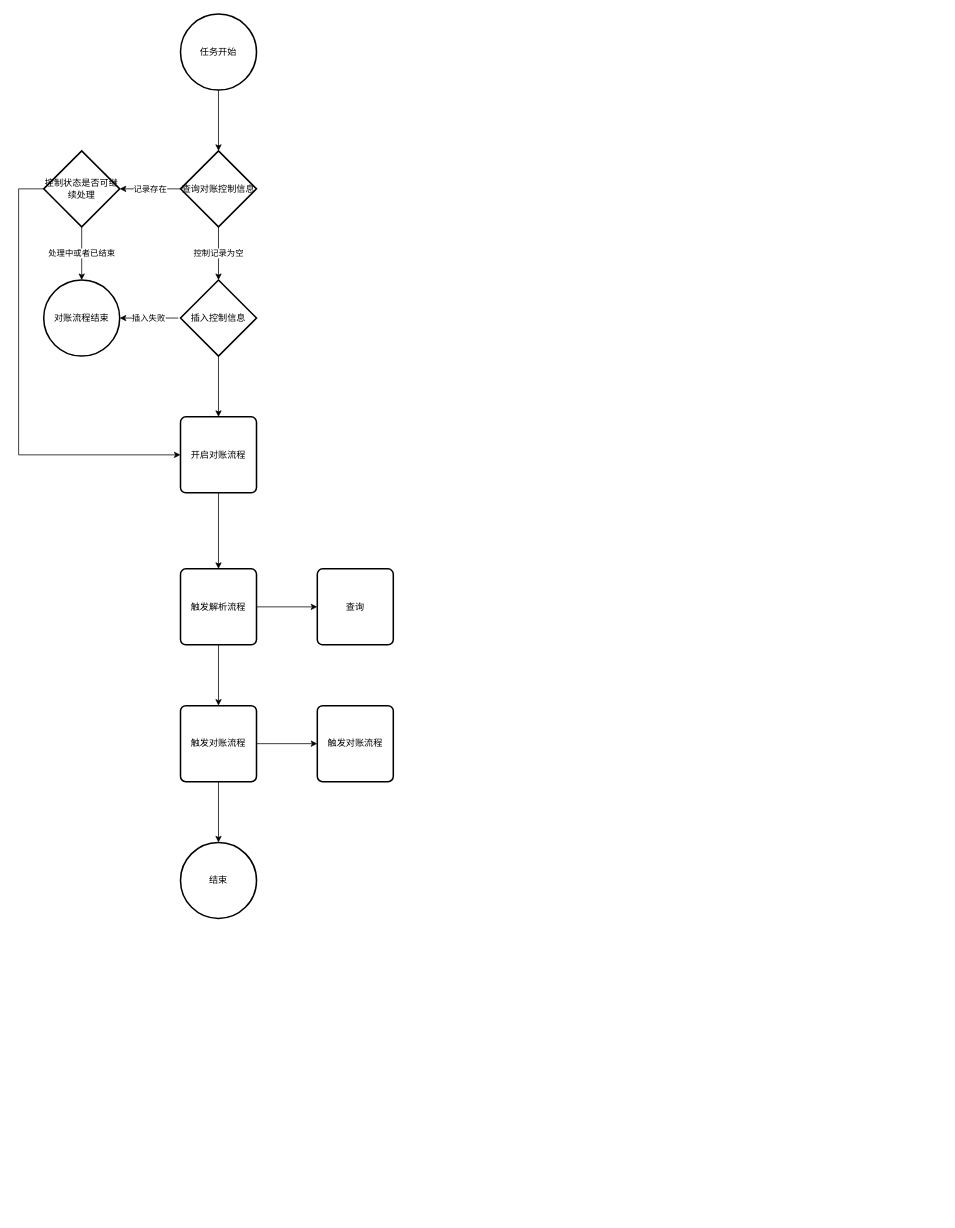
The draw.io diagram 金融科技/OTA分账流程.drawio in 294794668/draw, before the edit. Source tidied: cells renumbered, new cells numbered last; positions are measured from the earlier drawing's top-left corner, leaving out a move shared by most shapes. Both pictures are drawn from the tidied source at 76%, with x=0, y=0 at pixel (18, 14).
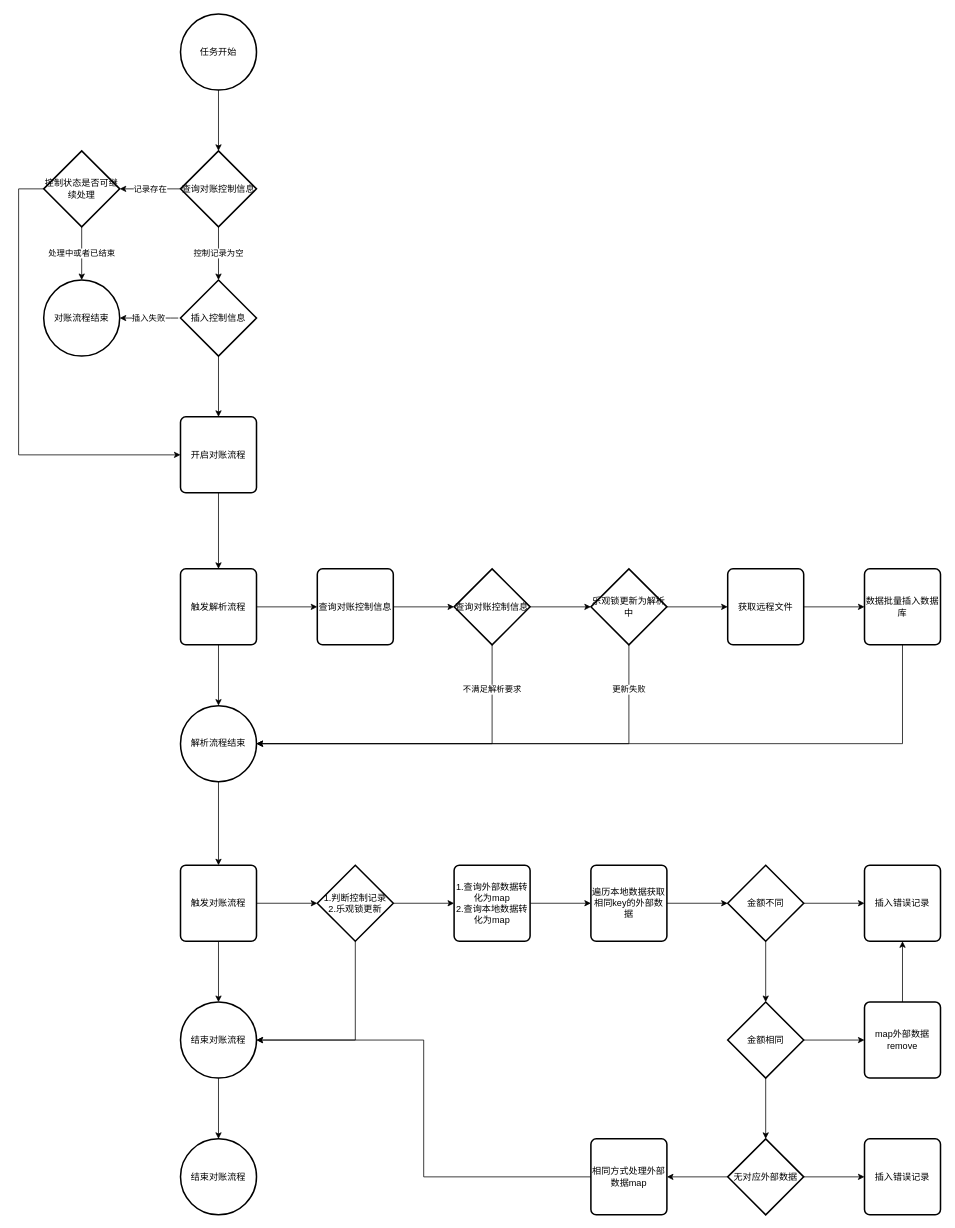
The same page after the edit.

Commit message:
更新OTA分账流程.drawio

Unchanged cells that the change refers to:
```xml
<mxCell id="15" value="触发解析流程" style="rounded=1;whiteSpace=wrap;html=1;absoluteArcSize=1;arcSize=14;strokeWidth=2;fontFamily=Helvetica;fontSize=12;fontColor=#000000;align=center;strokeColor=#000000;fillColor=#ffffff;" parent="1" vertex="1">
  <mxGeometry x="213" y="730" width="100" height="100" as="geometry" />
</mxCell>
```

What changed in the source:
```diff
@@
-    <mxCell id="13" style="edgeStyle=orthogonalEdgeStyle;rounded=0;jettySize=auto;html=1;" parent="1" edge="1" source="15" target="19">
-      <mxGeometry relative="1" as="geometry" />
-    </mxCell>
@@
+    <mxCell id="25" style="edgeStyle=orthogonalEdgeStyle;rounded=0;jettySize=auto;html=1;" parent="1" edge="1" source="15" target="27">
+      <mxGeometry relative="1" as="geometry" />
+    </mxCell>
@@
+    <mxCell id="26" style="edgeStyle=orthogonalEdgeStyle;rounded=0;jettySize=auto;html=1;" parent="1" edge="1" source="27" target="19">
+      <mxGeometry relative="1" as="geometry" />
+    </mxCell>
+    <mxCell id="27" value="解析流程结束" style="strokeWidth=2;html=1;shape=mxgraph.flowchart.start_2;whiteSpace=wrap;fontFamily=Helvetica;fontSize=12;fontColor=#000000;align=center;strokeColor=#000000;fillColor=#ffffff;" parent="1" vertex="1">
+      <mxGeometry x="213" y="910" width="100" height="100" as="geometry" />
+    </mxCell>
+    <mxCell id="28" style="edgeStyle=orthogonalEdgeStyle;rounded=0;jettySize=auto;html=1;" parent="1" edge="1" source="16" target="31">
+      <mxGeometry relative="1" as="geometry" />
+    </mxCell>
-    <mxCell id="16" value="查询" style="rounded=1;whiteSpace=wrap;html=1;absoluteArcSize=1;arcSize=14;strokeWidth=2;fontFamily=Helvetica;fontSize=12;fontColor=#000000;align=center;strokeColor=#000000;fillColor=#ffffff;" parent="1" vertex="1">
+    <mxCell id="16" value="查询对账控制信息" style="rounded=1;whiteSpace=wrap;html=1;absoluteArcSize=1;arcSize=14;strokeWidth=2;fontFamily=Helvetica;fontSize=12;fontColor=#000000;align=center;strokeColor=#000000;fillColor=#ffffff;" parent="1" vertex="1">
       <mxGeometry x="393" y="730" width="100" height="100" as="geometry" />
     </mxCell>
+    <mxCell id="29" value="不满足解析要求" style="edgeStyle=orthogonalEdgeStyle;rounded=0;jettySize=auto;html=1;" parent="1" edge="1" source="31" target="27">
+      <mxGeometry x="-0.73" relative="1" as="geometry">
+        <Array as="points">
+          <mxPoint x="623" y="960" />
+        </Array>
+      </mxGeometry>
+    </mxCell>
+    <mxCell id="30" style="edgeStyle=orthogonalEdgeStyle;rounded=0;jettySize=auto;html=1;" parent="1" edge="1" source="31" target="34">
+      <mxGeometry relative="1" as="geometry" />
+    </mxCell>
+    <mxCell id="31" value="查询对账控制信息" style="strokeWidth=2;html=1;shape=mxgraph.flowchart.decision;whiteSpace=wrap;fontFamily=Helvetica;fontSize=12;fontColor=#000000;align=center;strokeColor=#000000;fillColor=#ffffff;" parent="1" vertex="1">
+      <mxGeometry x="573" y="730" width="100" height="100" as="geometry" />
+    </mxCell>
+    <mxCell id="32" value="更新失败" style="edgeStyle=orthogonalEdgeStyle;rounded=0;jettySize=auto;html=1;entryX=1;entryY=0.5;entryDx=0;entryDy=0;entryPerimeter=0;" parent="1" edge="1" source="34" target="27">
+      <mxGeometry x="-0.81" relative="1" as="geometry">
+        <Array as="points">
+          <mxPoint x="803" y="960" />
+        </Array>
+      </mxGeometry>
+    </mxCell>
+    <mxCell id="33" style="edgeStyle=orthogonalEdgeStyle;rounded=0;jettySize=auto;html=1;" parent="1" edge="1" source="34" target="36">
+      <mxGeometry relative="1" as="geometry" />
+    </mxCell>
+    <mxCell id="34" value="乐观锁更新为解析中" style="strokeWidth=2;html=1;shape=mxgraph.flowchart.decision;whiteSpace=wrap;fontFamily=Helvetica;fontSize=12;fontColor=#000000;align=center;strokeColor=#000000;fillColor=#ffffff;" parent="1" vertex="1">
+      <mxGeometry x="753" y="730" width="100" height="100" as="geometry" />
+    </mxCell>
+    <mxCell id="35" style="edgeStyle=orthogonalEdgeStyle;rounded=0;jettySize=auto;html=1;" parent="1" edge="1" source="36" target="38">
+      <mxGeometry relative="1" as="geometry" />
+    </mxCell>
+    <mxCell id="36" value="获取远程文件" style="rounded=1;whiteSpace=wrap;html=1;absoluteArcSize=1;arcSize=14;strokeWidth=2;fontFamily=Helvetica;fontSize=12;fontColor=#000000;align=center;strokeColor=#000000;fillColor=#ffffff;" parent="1" vertex="1">
+      <mxGeometry x="933" y="730" width="100" height="100" as="geometry" />
+    </mxCell>
+    <mxCell id="37" style="edgeStyle=orthogonalEdgeStyle;rounded=0;jettySize=auto;html=1;entryX=1;entryY=0.5;entryDx=0;entryDy=0;entryPerimeter=0;" parent="1" edge="1" source="38" target="27">
+      <mxGeometry relative="1" as="geometry">
+        <Array as="points">
+          <mxPoint x="1163" y="960" />
+        </Array>
+      </mxGeometry>
+    </mxCell>
+    <mxCell id="38" value="数据批量插入数据库" style="rounded=1;whiteSpace=wrap;html=1;absoluteArcSize=1;arcSize=14;strokeWidth=2;fontFamily=Helvetica;fontSize=12;fontColor=#000000;align=center;strokeColor=#000000;fillColor=#ffffff;" parent="1" vertex="1">
+      <mxGeometry x="1113" y="730" width="100" height="100" as="geometry" />
+    </mxCell>
@@
     <mxCell id="19" value="触发对账流程" style="rounded=1;whiteSpace=wrap;html=1;absoluteArcSize=1;arcSize=14;strokeWidth=2;fontFamily=Helvetica;fontSize=12;fontColor=#000000;align=center;strokeColor=#000000;fillColor=#ffffff;" parent="1" vertex="1">
-      <mxGeometry x="213" y="910" width="100" height="100" as="geometry" />
+      <mxGeometry x="213" y="1120" width="100" height="100" as="geometry" />
     </mxCell>
+    <mxCell id="39" style="edgeStyle=orthogonalEdgeStyle;rounded=0;jettySize=auto;html=1;entryX=1;entryY=0.5;entryDx=0;entryDy=0;entryPerimeter=0;" parent="1" edge="1" source="20" target="21">
+      <mxGeometry relative="1" as="geometry">
+        <Array as="points">
+          <mxPoint x="443" y="1350" />
+        </Array>
+      </mxGeometry>
+    </mxCell>
+    <mxCell id="40" style="edgeStyle=orthogonalEdgeStyle;rounded=0;jettySize=auto;html=1;" parent="1" edge="1" source="20" target="42">
+      <mxGeometry relative="1" as="geometry" />
+    </mxCell>
-    <mxCell id="20" value="触发对账流程" style="rounded=1;whiteSpace=wrap;html=1;absoluteArcSize=1;arcSize=14;strokeWidth=2;fontFamily=Helvetica;fontSize=12;fontColor=#000000;align=center;strokeColor=#000000;fillColor=#ffffff;" parent="1" vertex="1">
-      <mxGeometry x="393" y="910" width="100" height="100" as="geometry" />
+    <mxCell id="20" value="1.判断控制记录&lt;div&gt;2.乐观锁更新&lt;br&gt;&lt;/div&gt;" style="strokeWidth=2;html=1;shape=mxgraph.flowchart.decision;whiteSpace=wrap;fontFamily=Helvetica;fontSize=12;fontColor=#000000;align=center;strokeColor=#000000;fillColor=#ffffff;" parent="1" vertex="1">
+      <mxGeometry x="393" y="1120" width="100" height="100" as="geometry" />
     </mxCell>
+    <mxCell id="41" style="edgeStyle=orthogonalEdgeStyle;rounded=0;jettySize=auto;html=1;" parent="1" edge="1" source="42" target="44">
+      <mxGeometry relative="1" as="geometry" />
+    </mxCell>
+    <mxCell id="42" value="&lt;div&gt;1.查询外部数据转化为map&lt;/div&gt;&lt;div&gt;2.查询本地数据转化为map&lt;br&gt;&lt;/div&gt;" style="rounded=1;whiteSpace=wrap;html=1;absoluteArcSize=1;arcSize=14;strokeWidth=2;fontFamily=Helvetica;fontSize=12;fontColor=#000000;align=center;strokeColor=#000000;fillColor=#ffffff;" parent="1" vertex="1">
+      <mxGeometry x="573" y="1120" width="100" height="100" as="geometry" />
+    </mxCell>
+    <mxCell id="43" style="edgeStyle=orthogonalEdgeStyle;rounded=0;jettySize=auto;html=1;" parent="1" edge="1" source="44" target="47">
+      <mxGeometry relative="1" as="geometry" />
+    </mxCell>
+    <mxCell id="44" value="&lt;div&gt;遍历本地数据获取相同key的外部数据&lt;/div&gt;" style="rounded=1;whiteSpace=wrap;html=1;absoluteArcSize=1;arcSize=14;strokeWidth=2;fontFamily=Helvetica;fontSize=12;fontColor=#000000;align=center;strokeColor=#000000;fillColor=#ffffff;" parent="1" vertex="1">
+      <mxGeometry x="753" y="1120" width="100" height="100" as="geometry" />
+    </mxCell>
+    <mxCell id="45" style="edgeStyle=orthogonalEdgeStyle;rounded=0;jettySize=auto;html=1;" parent="1" edge="1" source="47" target="51">
+      <mxGeometry relative="1" as="geometry" />
+    </mxCell>
+    <mxCell id="46" style="edgeStyle=orthogonalEdgeStyle;rounded=0;jettySize=auto;html=1;" parent="1" edge="1" source="47" target="48">
+      <mxGeometry relative="1" as="geometry" />
+    </mxCell>
+    <mxCell id="47" value="金额不同" style="strokeWidth=2;html=1;shape=mxgraph.flowchart.decision;whiteSpace=wrap;fontFamily=Helvetica;fontSize=12;fontColor=#000000;align=center;strokeColor=#000000;fillColor=#ffffff;" parent="1" vertex="1">
+      <mxGeometry x="933" y="1120" width="100" height="100" as="geometry" />
+    </mxCell>
+    <mxCell id="48" value="插入错误记录" style="rounded=1;whiteSpace=wrap;html=1;absoluteArcSize=1;arcSize=14;strokeWidth=2;fontFamily=Helvetica;fontSize=12;fontColor=#000000;align=center;strokeColor=#000000;fillColor=#ffffff;" parent="1" vertex="1">
+      <mxGeometry x="1113" y="1120" width="100" height="100" as="geometry" />
+    </mxCell>
+    <mxCell id="49" style="edgeStyle=orthogonalEdgeStyle;rounded=0;jettySize=auto;html=1;" parent="1" edge="1" source="51" target="56">
+      <mxGeometry relative="1" as="geometry" />
+    </mxCell>
+    <mxCell id="50" style="edgeStyle=orthogonalEdgeStyle;rounded=0;jettySize=auto;html=1;" parent="1" edge="1" source="51" target="53">
+      <mxGeometry relative="1" as="geometry" />
+    </mxCell>
+    <mxCell id="51" value="金额相同" style="strokeWidth=2;html=1;shape=mxgraph.flowchart.decision;whiteSpace=wrap;fontFamily=Helvetica;fontSize=12;fontColor=#000000;align=center;strokeColor=#000000;fillColor=#ffffff;" parent="1" vertex="1">
+      <mxGeometry x="933" y="1300" width="100" height="100" as="geometry" />
+    </mxCell>
+    <mxCell id="52" style="edgeStyle=orthogonalEdgeStyle;rounded=0;jettySize=auto;html=1;" parent="1" edge="1" source="53" target="48">
+      <mxGeometry relative="1" as="geometry" />
+    </mxCell>
+    <mxCell id="53" value="map外部数据remove" style="rounded=1;whiteSpace=wrap;html=1;absoluteArcSize=1;arcSize=14;strokeWidth=2;fontFamily=Helvetica;fontSize=12;fontColor=#000000;align=center;strokeColor=#000000;fillColor=#ffffff;" parent="1" vertex="1">
+      <mxGeometry x="1113" y="1300" width="100" height="100" as="geometry" />
+    </mxCell>
+    <mxCell id="54" style="edgeStyle=orthogonalEdgeStyle;rounded=0;jettySize=auto;html=1;" parent="1" edge="1" source="56" target="59">
+      <mxGeometry relative="1" as="geometry" />
+    </mxCell>
+    <mxCell id="55" style="edgeStyle=orthogonalEdgeStyle;rounded=0;jettySize=auto;html=1;" parent="1" edge="1" source="56" target="58">
+      <mxGeometry relative="1" as="geometry" />
+    </mxCell>
+    <mxCell id="56" value="无对应外部数据" style="strokeWidth=2;html=1;shape=mxgraph.flowchart.decision;whiteSpace=wrap;fontFamily=Helvetica;fontSize=12;fontColor=#000000;align=center;strokeColor=#000000;fillColor=#ffffff;" parent="1" vertex="1">
+      <mxGeometry x="933" y="1480" width="100" height="100" as="geometry" />
+    </mxCell>
+    <mxCell id="57" style="edgeStyle=orthogonalEdgeStyle;rounded=0;jettySize=auto;html=1;entryX=1;entryY=0.5;entryDx=0;entryDy=0;entryPerimeter=0;" parent="1" edge="1" source="58" target="21">
+      <mxGeometry relative="1" as="geometry" />
+    </mxCell>
+    <mxCell id="58" value="相同方式处理外部数据map" style="rounded=1;whiteSpace=wrap;html=1;absoluteArcSize=1;arcSize=14;strokeWidth=2;fontFamily=Helvetica;fontSize=12;fontColor=#000000;align=center;strokeColor=#000000;fillColor=#ffffff;" parent="1" vertex="1">
+      <mxGeometry x="753" y="1480" width="100" height="100" as="geometry" />
+    </mxCell>
+    <mxCell id="59" value="插入错误记录" style="rounded=1;whiteSpace=wrap;html=1;absoluteArcSize=1;arcSize=14;strokeWidth=2;fontFamily=Helvetica;fontSize=12;fontColor=#000000;align=center;strokeColor=#000000;fillColor=#ffffff;" parent="1" vertex="1">
+      <mxGeometry x="1113" y="1480" width="100" height="100" as="geometry" />
+    </mxCell>
+    <mxCell id="60" style="edgeStyle=orthogonalEdgeStyle;rounded=0;jettySize=auto;html=1;" parent="1" edge="1" source="21" target="61">
+      <mxGeometry relative="1" as="geometry" />
+    </mxCell>
-    <mxCell id="21" value="结束" style="strokeWidth=2;html=1;shape=mxgraph.flowchart.start_2;whiteSpace=wrap;fontFamily=Helvetica;fontSize=12;fontColor=#000000;align=center;strokeColor=#000000;fillColor=#ffffff;" parent="1" vertex="1">
-      <mxGeometry x="213" y="1090" width="100" height="100" as="geometry" />
+    <mxCell id="21" value="结束对账流程" style="strokeWidth=2;html=1;shape=mxgraph.flowchart.start_2;whiteSpace=wrap;fontFamily=Helvetica;fontSize=12;fontColor=#000000;align=center;strokeColor=#000000;fillColor=#ffffff;" parent="1" vertex="1">
+      <mxGeometry x="213" y="1300" width="100" height="100" as="geometry" />
     </mxCell>
+    <mxCell id="61" value="结束对账流程" style="strokeWidth=2;html=1;shape=mxgraph.flowchart.start_2;whiteSpace=wrap;fontFamily=Helvetica;fontSize=12;fontColor=#000000;align=center;strokeColor=#000000;fillColor=#ffffff;" parent="1" vertex="1">
+      <mxGeometry x="213" y="1480" width="100" height="100" as="geometry" />
+    </mxCell>
```
